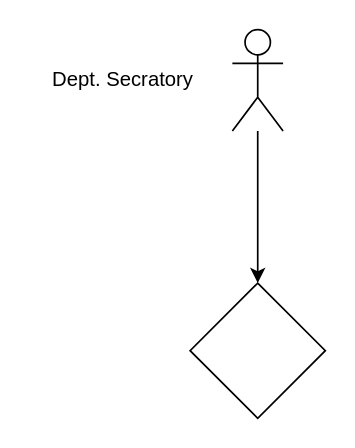
This is architecture/acadium_arch.drawio from joywin2003/Acadium, a draw.io file, before an edit. Source tidied: cells renumbered, new cells numbered last; positions are measured from the earlier drawing's top-left corner, leaving out a move shared by most shapes. Both pictures are drawn from the tidied source at 169%, with x=0, y=0 at pixel (29, 29).
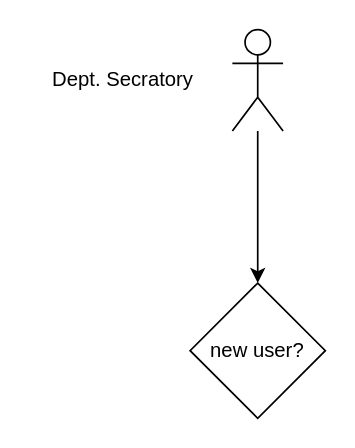
The same page after the edit.

The edit, as a diff of the source:
```diff
@@
 <mxGraphModel>
   <root>
     <mxCell id="0" />
     <mxCell id="1" parent="0" />
     <mxCell id="2" style="edgeStyle=orthogonalEdgeStyle;rounded=0;jettySize=auto;html=1;entryX=0.5;entryY=0;entryDx=0;entryDy=0;" parent="1" edge="1" source="3" target="4">
       <mxGeometry relative="1" as="geometry" />
     </mxCell>
     <mxCell id="3" style="shape=umlActor;verticalLabelPosition=bottom;verticalAlign=top;html=1;outlineConnect=0;" parent="1" vertex="1">
       <mxGeometry x="120" width="30" height="60" as="geometry" />
     </mxCell>
-    <mxCell id="4" style="rhombus;whiteSpace=wrap;html=1;" parent="1" vertex="1">
+    <mxCell id="4" value="new user?" style="rhombus;whiteSpace=wrap;html=1;" parent="1" vertex="1">
       <mxGeometry x="95" y="150" width="80" height="80" as="geometry" />
     </mxCell>
     <mxCell id="5" value="&lt;div&gt;Dept. Secratory&lt;/div&gt;" style="text;html=1;align=center;verticalAlign=middle;strokeColor=none;fillColor=none;" parent="1" vertex="1">
       <mxGeometry y="15" width="110" height="30" as="geometry" />
     </mxCell>
   </root>
 </mxGraphModel>
```
